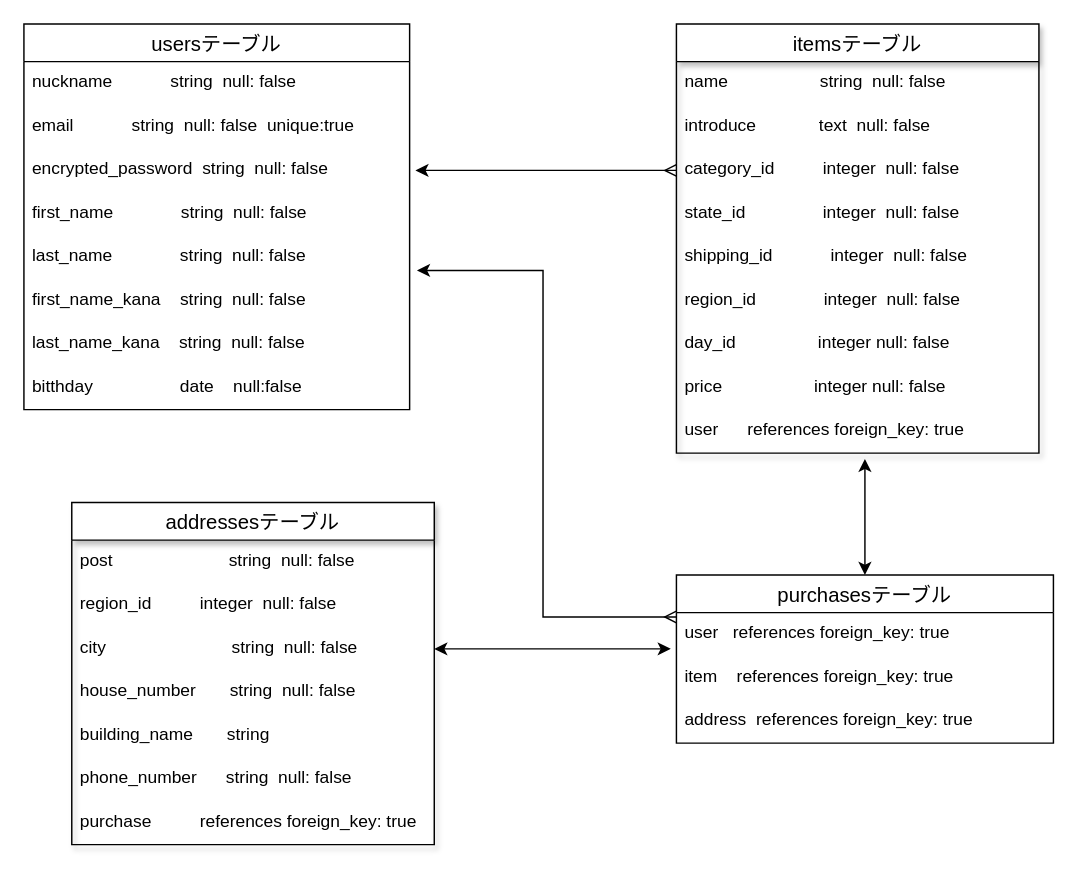
Above: ER.dio in fpon/furima-34800 (draw.io), before the change. Source tidied: cells renumbered, new cells numbered last; positions are measured from the earlier drawing's top-left corner, leaving out a move shared by most shapes. Both pictures are drawn from the tidied source at 145%, with x=0, y=0 at pixel (23, 23).
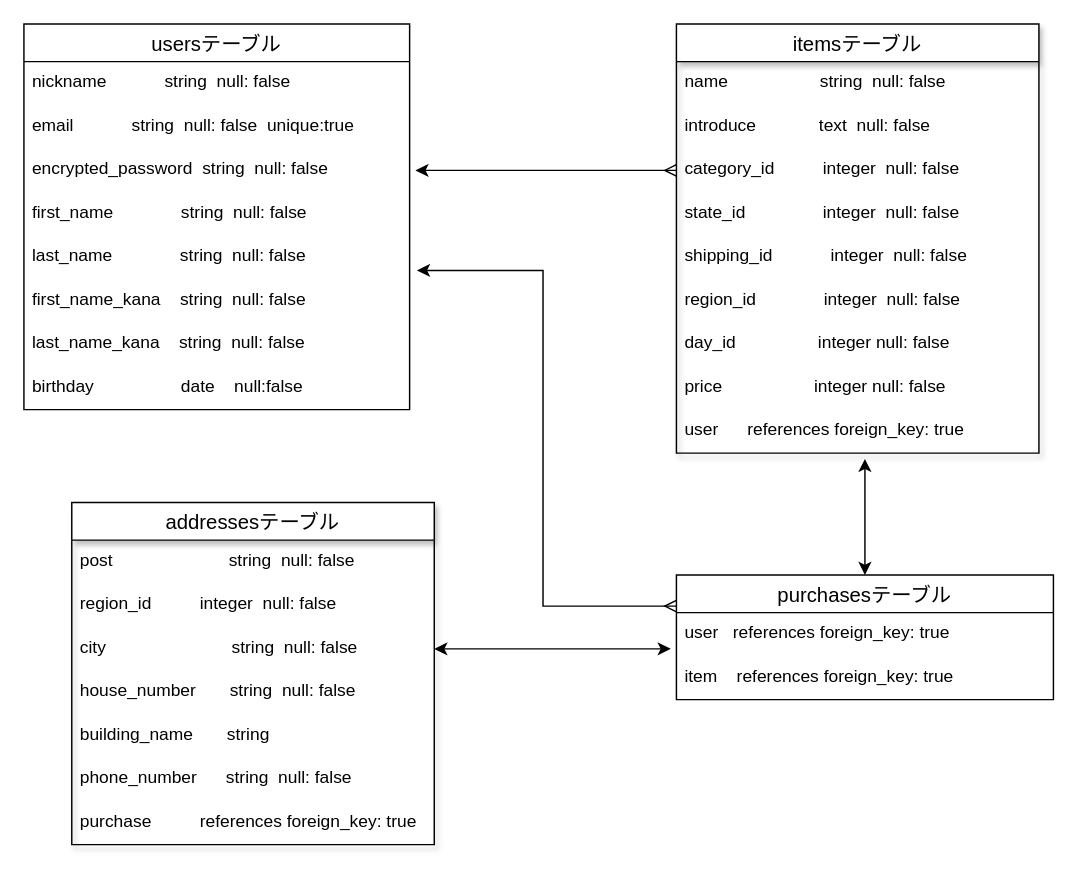
The same diagram, later.

The change refers to these unchanged cells:
```xml
<mxCell id="2" value="usersテーブル" style="swimlane;fontStyle=0;horizontal=1;startSize=26;align=center;fontSize=14;" parent="1" vertex="1">
  <mxGeometry width="266" height="266" as="geometry" />
</mxCell>
```

The edit, as a diff of the source:
```diff
@@
-    <mxCell id="3" value="nuckname            string  null: false" style="text;strokeColor=none;fillColor=none;spacingLeft=4;spacingRight=4;overflow=hidden;fontSize=12;" parent="2" vertex="1">
+    <mxCell id="3" value="nickname            string  null: false" style="text;strokeColor=none;fillColor=none;spacingLeft=4;spacingRight=4;overflow=hidden;fontSize=12;" parent="2" vertex="1">
       <mxGeometry y="26" width="266" height="30" as="geometry" />
     </mxCell>
@@
-    <mxCell id="10" value="bitthday                  date    null:false&#10;" style="text;strokeColor=none;fillColor=none;spacingLeft=4;spacingRight=4;overflow=hidden;fontSize=12;startSize=30;shadow=1;" parent="2" vertex="1">
+    <mxCell id="10" value="birthday                  date    null:false&#10;" style="text;strokeColor=none;fillColor=none;spacingLeft=4;spacingRight=4;overflow=hidden;fontSize=12;startSize=30;shadow=1;" parent="2" vertex="1">
       <mxGeometry y="236" width="266" height="30" as="geometry" />
     </mxCell>
@@
     <mxCell id="31" value="purchasesテーブル" style="swimlane;fontStyle=0;horizontal=1;startSize=26;align=center;fontSize=14;" parent="1" vertex="1">
-      <mxGeometry x="450" y="380" width="260" height="116" as="geometry" />
+      <mxGeometry x="450" y="380" width="260" height="86" as="geometry" />
     </mxCell>
@@
-    <mxCell id="34" value="address  references foreign_key: true" style="text;strokeColor=none;fillColor=none;spacingLeft=4;spacingRight=4;overflow=hidden;fontSize=12;" parent="31" vertex="1">
-      <mxGeometry y="86" width="260" height="30" as="geometry" />
-    </mxCell>
```
